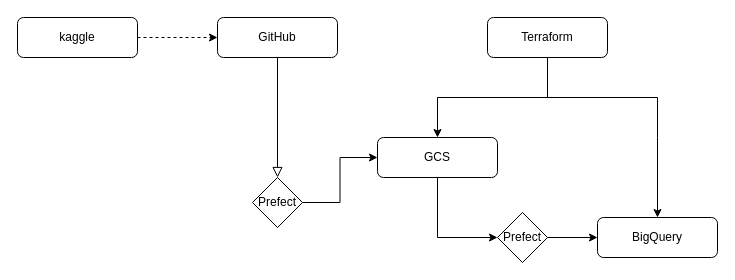
Earlier version of the draw.io diagram Диаграмма без названия.drawio (arl9kin/de-zoomcamp). Source tidied: cells renumbered, new cells numbered last; positions are measured from the earlier drawing's top-left corner, leaving out a move shared by most shapes. Both pictures are drawn from the tidied source at 100%, with x=0, y=0 at pixel (17, 17).
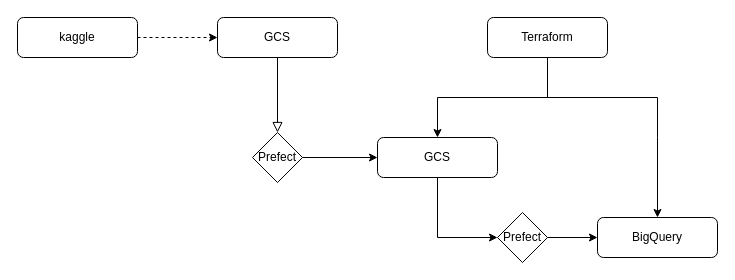
Above is the later version.

Change to the diagram source:
```diff
@@
 <mxGraphModel>
   <root>
     <mxCell id="0" />
     <mxCell id="1" parent="0" />
     <mxCell id="2" style="rounded=0;html=1;jettySize=auto;fontSize=11;endArrow=block;endFill=0;endSize=8;strokeWidth=1;shadow=0;labelBackgroundColor=none;edgeStyle=orthogonalEdgeStyle;entryX=0.5;entryY=0;entryDx=0;entryDy=0;" parent="1" edge="1" source="3" target="13">
       <mxGeometry relative="1" as="geometry" />
     </mxCell>
-    <mxCell id="3" value="GitHub" style="rounded=1;whiteSpace=wrap;html=1;fontSize=12;glass=0;strokeWidth=1;shadow=0;" parent="1" vertex="1">
+    <mxCell id="3" value="GCS" style="rounded=1;whiteSpace=wrap;html=1;fontSize=12;glass=0;strokeWidth=1;shadow=0;" parent="1" vertex="1">
       <mxGeometry x="200" width="120" height="40" as="geometry" />
     </mxCell>
     <mxCell id="4" style="edgeStyle=orthogonalEdgeStyle;rounded=0;jettySize=auto;html=1;dashed=1;" parent="1" edge="1" source="5" target="3">
       <mxGeometry relative="1" as="geometry" />
     </mxCell>
     <mxCell id="5" value="kaggle" style="rounded=1;whiteSpace=wrap;html=1;fontSize=12;glass=0;strokeWidth=1;shadow=0;" parent="1" vertex="1">
       <mxGeometry width="120" height="40" as="geometry" />
     </mxCell>
     <mxCell id="6" style="edgeStyle=orthogonalEdgeStyle;rounded=0;jettySize=auto;html=1;entryX=0;entryY=0.5;entryDx=0;entryDy=0;" parent="1" edge="1" source="7" target="15">
       <mxGeometry relative="1" as="geometry" />
     </mxCell>
     <mxCell id="7" value="GCS" style="rounded=1;whiteSpace=wrap;html=1;fontSize=12;glass=0;strokeWidth=1;shadow=0;" parent="1" vertex="1">
       <mxGeometry x="360" y="120" width="120" height="40" as="geometry" />
     </mxCell>
     <mxCell id="8" style="edgeStyle=orthogonalEdgeStyle;rounded=0;jettySize=auto;html=1;" parent="1" edge="1" source="10" target="7">
       <mxGeometry relative="1" as="geometry">
         <Array as="points">
           <mxPoint x="530" y="80" />
           <mxPoint x="420" y="80" />
         </Array>
       </mxGeometry>
     </mxCell>
     <mxCell id="9" style="edgeStyle=orthogonalEdgeStyle;rounded=0;jettySize=auto;html=1;entryX=0.5;entryY=0;entryDx=0;entryDy=0;" parent="1" edge="1" source="10" target="11">
       <mxGeometry relative="1" as="geometry">
         <Array as="points">
           <mxPoint x="530" y="80" />
           <mxPoint x="640" y="80" />
           <mxPoint x="640" y="120" />
         </Array>
       </mxGeometry>
     </mxCell>
     <mxCell id="10" value="Terraform" style="rounded=1;whiteSpace=wrap;html=1;fontSize=12;glass=0;strokeWidth=1;shadow=0;" parent="1" vertex="1">
       <mxGeometry x="470" width="120" height="40" as="geometry" />
     </mxCell>
     <mxCell id="11" value="BigQuery" style="rounded=1;whiteSpace=wrap;html=1;fontSize=12;glass=0;strokeWidth=1;shadow=0;" parent="1" vertex="1">
       <mxGeometry x="580" y="200" width="120" height="40" as="geometry" />
     </mxCell>
     <mxCell id="12" style="edgeStyle=orthogonalEdgeStyle;rounded=0;jettySize=auto;html=1;" parent="1" edge="1" source="13" target="7">
       <mxGeometry relative="1" as="geometry" />
     </mxCell>
     <mxCell id="13" value="Prefect" style="rhombus;whiteSpace=wrap;html=1;" parent="1" vertex="1">
-      <mxGeometry x="235" y="160" width="50" height="50" as="geometry" />
+      <mxGeometry x="235" y="115" width="50" height="50" as="geometry" />
     </mxCell>
     <mxCell id="14" style="edgeStyle=orthogonalEdgeStyle;rounded=0;jettySize=auto;html=1;" parent="1" edge="1" source="15" target="11">
       <mxGeometry relative="1" as="geometry" />
     </mxCell>
     <mxCell id="15" value="Prefect" style="rhombus;whiteSpace=wrap;html=1;" parent="1" vertex="1">
       <mxGeometry x="480" y="195" width="50" height="50" as="geometry" />
     </mxCell>
   </root>
 </mxGraphModel>
```
